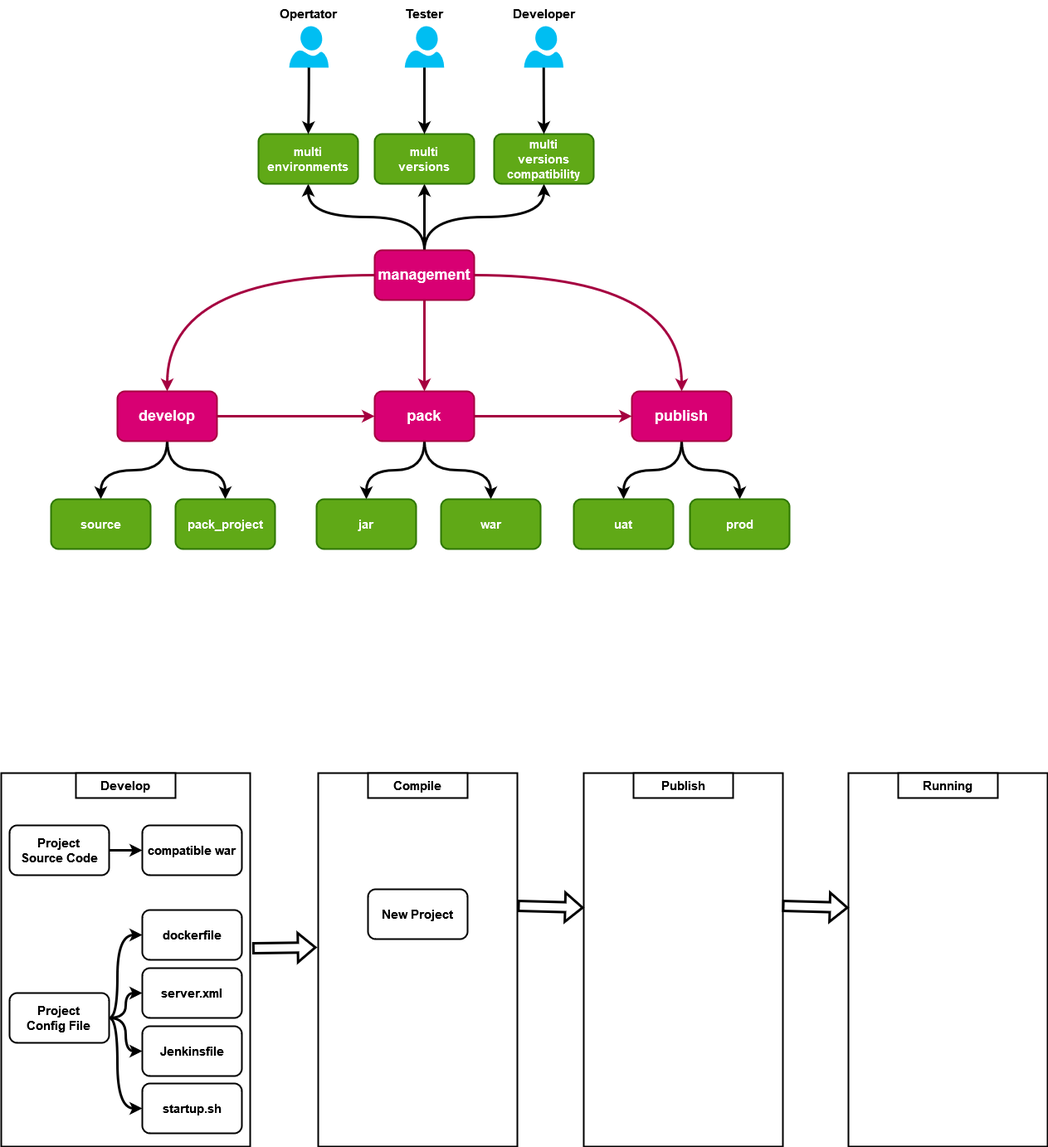
Earlier version of the draw.io export authz/CI/CD.drawio.png (jackie-thank/beego-authz). Source tidied: cells renumbered, new cells last; positions are measured from the earlier drawing's top-left corner, leaving out a move shared by most shapes.
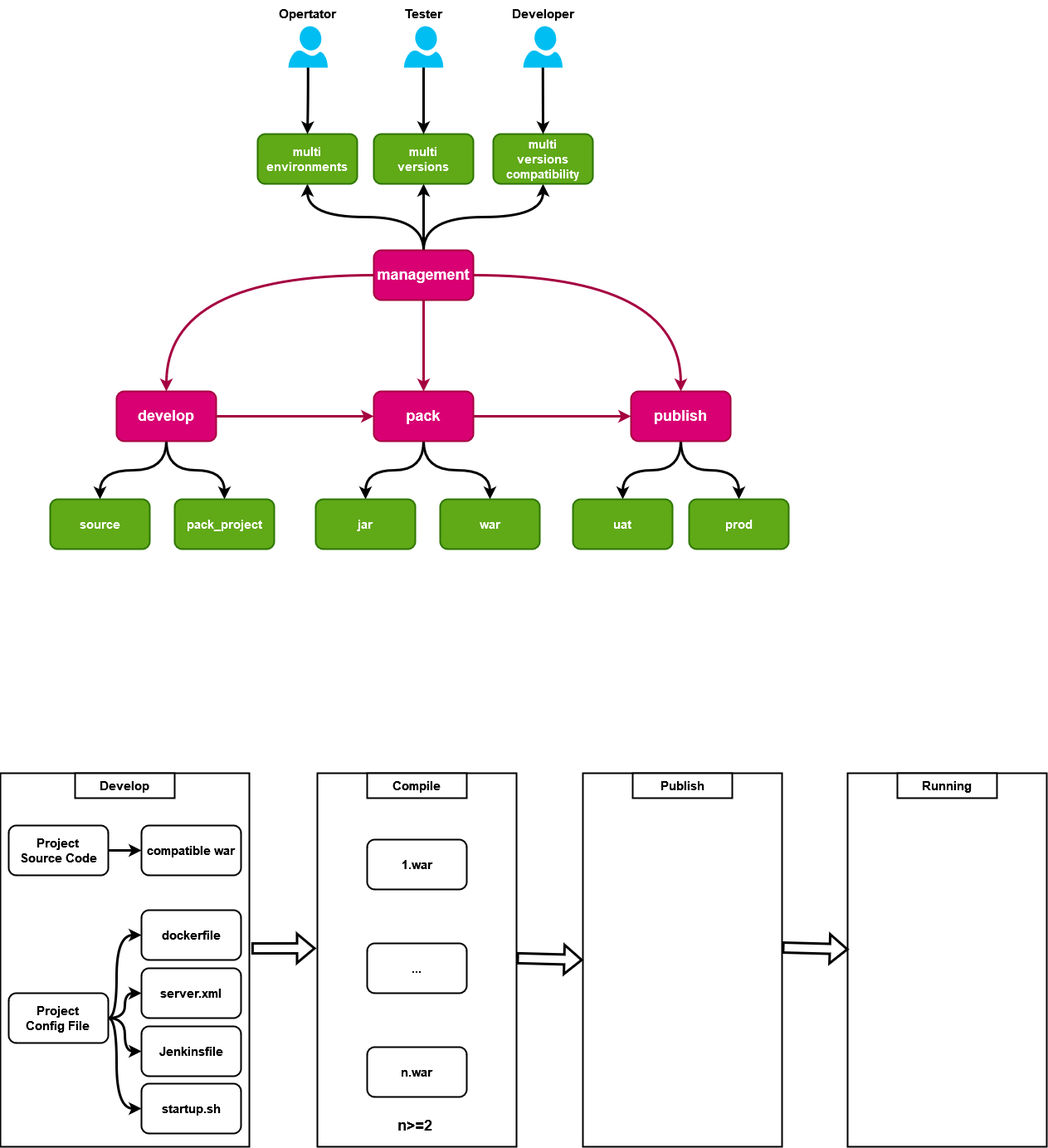
Later version of the same file.

Diff of the diagram source:
```diff
@@ -165,24 +165,23 @@
     <mxCell id="52" value="Running" style="rounded=0;whiteSpace=wrap;html=1;strokeWidth=2;fontSize=15;fontStyle=1;" parent="1" vertex="1">
       <mxGeometry x="1081" y="930" width="120" height="30" as="geometry" />
     </mxCell>
-    <mxCell id="53" value="New Project" style="rounded=1;whiteSpace=wrap;html=1;strokeWidth=2;fontSize=15;fontStyle=1;" parent="1" vertex="1">
-      <mxGeometry x="442" y="1070" width="120" height="60" as="geometry" />
+    <mxCell id="53" value="1.war" style="rounded=1;whiteSpace=wrap;html=1;strokeWidth=2;fontSize=15;fontStyle=1;" parent="1" vertex="1">
+      <mxGeometry x="442" y="1010" width="120" height="60" as="geometry" />
     </mxCell>
     <mxCell id="54" style="shape=flexArrow;endArrow=classic;html=1;rounded=0;strokeWidth=3;fontSize=15;curved=1;exitX=1.008;exitY=0.469;exitDx=0;exitDy=0;exitPerimeter=0;" parent="1" edge="1" source="2">
       <mxGeometry relative="1" as="geometry">
-        <mxPoint x="380" y="1140" as="targetPoint" />
+        <mxPoint x="380" y="1141" as="targetPoint" />
       </mxGeometry>
     </mxCell>
-    <mxCell id="55" style="shape=flexArrow;endArrow=classic;html=1;rounded=0;strokeWidth=3;fontSize=15;curved=1;entryX=0;entryY=0.475;entryDx=0;entryDy=0;entryPerimeter=0;exitX=1.008;exitY=0.469;exitDx=0;exitDy=0;exitPerimeter=0;" parent="1" edge="1">
+    <mxCell id="55" style="shape=flexArrow;endArrow=classic;html=1;rounded=0;strokeWidth=3;fontSize=15;curved=1;entryX=0;entryY=0.5;entryDx=0;entryDy=0;exitX=1.008;exitY=0.469;exitDx=0;exitDy=0;exitPerimeter=0;" parent="1" edge="1" target="49">
       <mxGeometry relative="1" as="geometry">
-        <mxPoint x="622" y="1090" as="sourcePoint" />
-        <mxPoint x="702.1" y="1092.2" as="targetPoint" />
+        <mxPoint x="622" y="1152.8" as="sourcePoint" />
       </mxGeometry>
     </mxCell>
     <mxCell id="56" style="shape=flexArrow;endArrow=classic;html=1;rounded=0;strokeWidth=3;fontSize=15;curved=1;entryX=0;entryY=0.475;entryDx=0;entryDy=0;entryPerimeter=0;exitX=1.008;exitY=0.469;exitDx=0;exitDy=0;exitPerimeter=0;" parent="1" edge="1">
       <mxGeometry relative="1" as="geometry">
-        <mxPoint x="941" y="1090" as="sourcePoint" />
-        <mxPoint x="1021.1" y="1092.2" as="targetPoint" />
+        <mxPoint x="942" y="1140" as="sourcePoint" />
+        <mxPoint x="1022.1" y="1142.2" as="targetPoint" />
       </mxGeometry>
     </mxCell>
     <mxCell id="57" value="compatible war" style="rounded=1;whiteSpace=wrap;html=1;strokeWidth=2;fontSize=15;fontStyle=1;" parent="1" vertex="1">
@@ -200,5 +199,14 @@
     <mxCell id="61" value="startup.sh" style="rounded=1;whiteSpace=wrap;html=1;strokeWidth=2;fontSize=15;fontStyle=1;" parent="1" vertex="1">
       <mxGeometry x="170" y="1304" width="120" height="60" as="geometry" />
     </mxCell>
+    <mxCell id="62" value="n.war" style="rounded=1;whiteSpace=wrap;html=1;strokeWidth=2;fontSize=15;fontStyle=1;" parent="1" vertex="1">
+      <mxGeometry x="442" y="1260" width="120" height="60" as="geometry" />
+    </mxCell>
+    <mxCell id="63" value="..." style="rounded=1;whiteSpace=wrap;html=1;strokeWidth=2;fontSize=15;fontStyle=1;" parent="1" vertex="1">
+      <mxGeometry x="442" y="1135" width="120" height="60" as="geometry" />
+    </mxCell>
+    <mxCell id="64" value="n&amp;gt;=2" style="text;html=1;strokeColor=none;fillColor=none;align=center;verticalAlign=middle;whiteSpace=wrap;rounded=0;strokeWidth=2;fontSize=18;fontStyle=1;" parent="1" vertex="1">
+      <mxGeometry x="470" y="1340" width="60" height="30" as="geometry" />
+    </mxCell>
   </root>
 </mxGraphModel>
```
